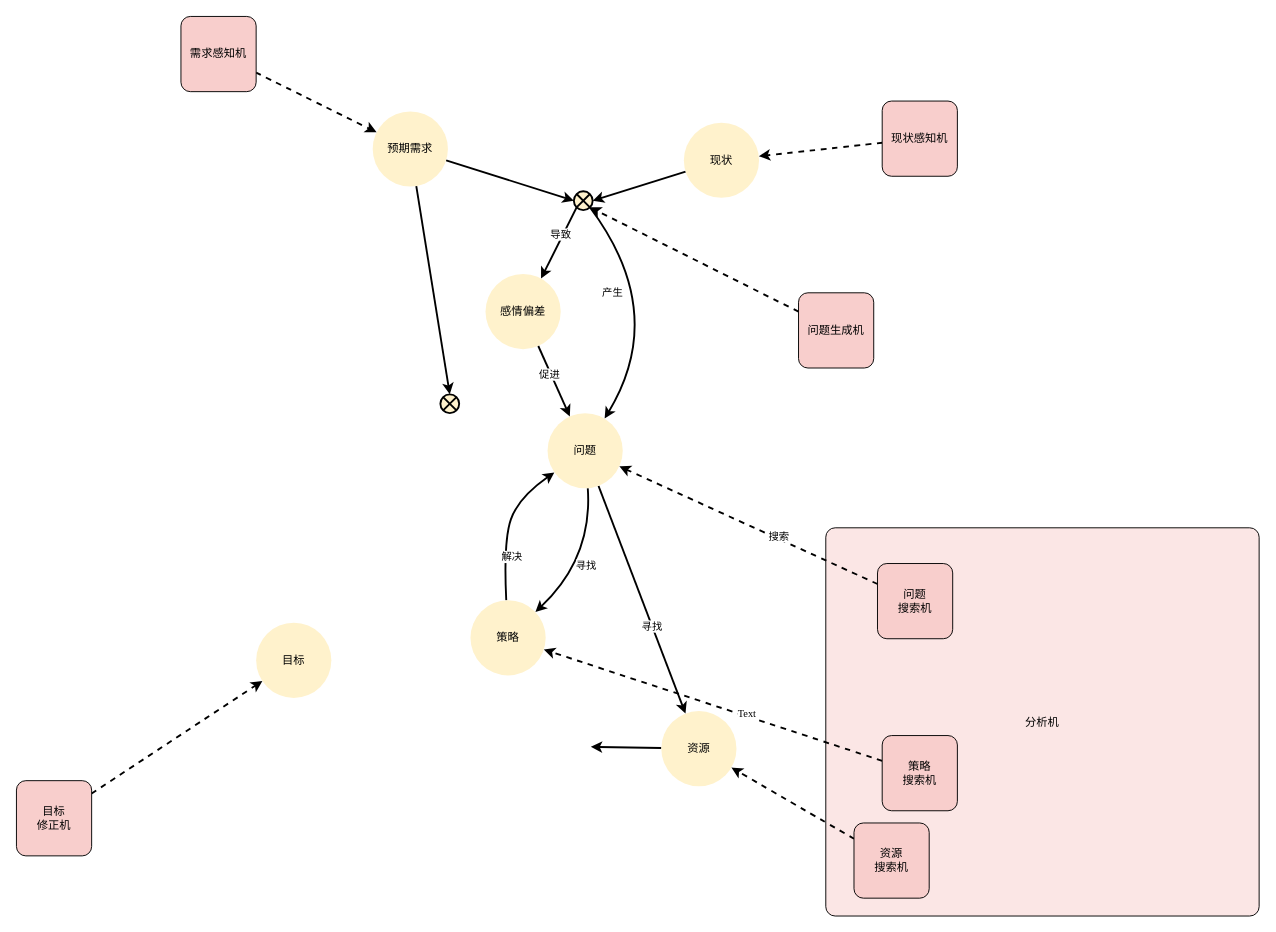
Above: page "分析问题流程" (7 of 8) of Analyse/总体分析框架.drawio in EntelechySystem/EntelechySystem_theory (draw.io), before the change. Source tidied: cells renumbered, new cells numbered last; positions are measured from the earlier drawing's top-left corner, leaving out a move shared by most shapes. Both pictures are drawn from the tidied source at 94%, with x=0, y=0 at pixel (16, 16).
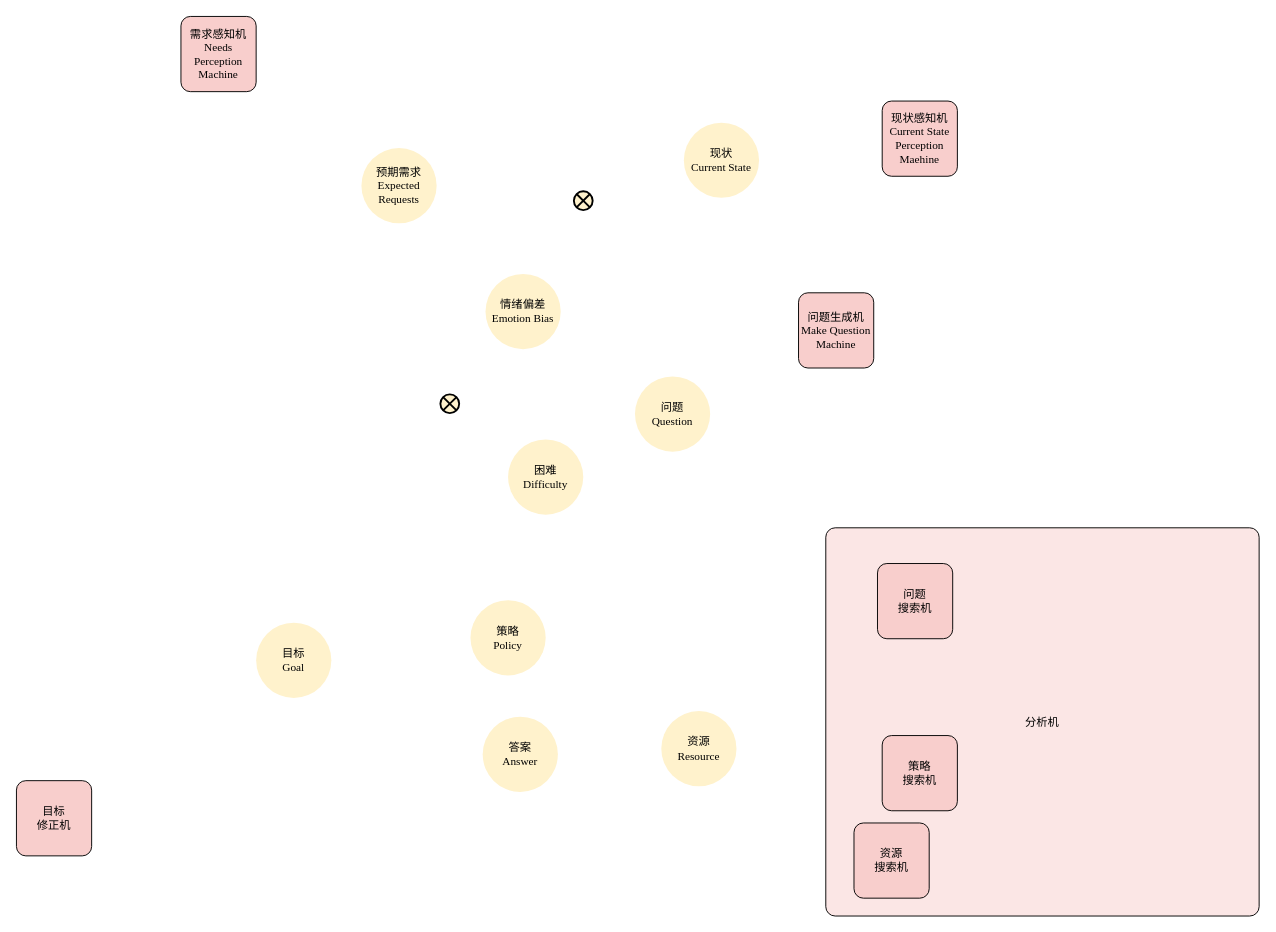
The same diagram, later.

The change refers to these unchanged cells:
```xml
<mxCell id="6" style="shape=sumEllipse;perimeter=ellipsePerimeter;whiteSpace=wrap;html=1;backgroundOutline=1;labelBackgroundColor=none;labelBorderColor=none;fontFamily=Times New Roman;snapToPoint=1;fillColor=#fff2cc;strokeColor=default;strokeWidth=2;" parent="1" vertex="1">
  <mxGeometry x="593" y="186" width="20" height="20" as="geometry" />
</mxCell>
<mxCell id="34" value="问题&lt;br&gt;搜索机" style="rounded=1;whiteSpace=wrap;html=1;fontFamily=Times New Roman;fontSize=12;fontColor=default;align=center;strokeColor=default;fillColor=#f8cecc;absoluteArcSize=1;" parent="1" vertex="1">
  <mxGeometry x="916" y="582" width="80" height="80" as="geometry" />
</mxCell>
<mxCell id="35" style="shape=sumEllipse;perimeter=ellipsePerimeter;whiteSpace=wrap;html=1;backgroundOutline=1;labelBackgroundColor=none;labelBorderColor=none;fontFamily=Times New Roman;snapToPoint=1;fillColor=#fff2cc;strokeColor=default;strokeWidth=2;" parent="1" vertex="1">
  <mxGeometry x="451" y="402" width="20" height="20" as="geometry" />
</mxCell>
<mxCell id="39" value="策略&lt;br&gt;搜索机" style="rounded=1;whiteSpace=wrap;html=1;fontFamily=Times New Roman;fontSize=12;fontColor=default;align=center;strokeColor=default;fillColor=#f8cecc;absoluteArcSize=1;" parent="1" vertex="1">
  <mxGeometry x="921" y="765" width="80" height="80" as="geometry" />
</mxCell>
<mxCell id="41" value="资源&lt;br&gt;搜索机" style="rounded=1;whiteSpace=wrap;html=1;fontFamily=Times New Roman;fontSize=12;fontColor=default;align=center;strokeColor=default;fillColor=#f8cecc;absoluteArcSize=1;" parent="1" vertex="1">
  <mxGeometry x="891" y="858" width="80" height="80" as="geometry" />
</mxCell>
<mxCell id="43" value="目标&lt;br&gt;修正机" style="rounded=1;whiteSpace=wrap;html=1;fontFamily=Times New Roman;fontSize=12;fontColor=default;align=center;strokeColor=default;fillColor=#f8cecc;absoluteArcSize=1;" parent="1" vertex="1">
  <mxGeometry y="813" width="80" height="80" as="geometry" />
</mxCell>
```

The edit, as a diff of the source:
```diff
@@
-    <mxCell id="2" style="edgeStyle=none;rounded=0;jettySize=auto;html=1;fontFamily=Times New Roman;endArrow=classic;endFill=1;strokeWidth=2;" parent="1" edge="1" source="6" target="10">
-      <mxGeometry relative="1" as="geometry" />
-    </mxCell>
-    <mxCell id="3" value="导致" style="edgeLabel;html=1;align=center;verticalAlign=middle;fontFamily=Times New Roman;" parent="2" vertex="1">
-      <mxGeometry x="-0.23" y="-3" relative="1" as="geometry" />
-    </mxCell>
-    <mxCell id="4" style="edgeStyle=none;shape=connector;curved=1;rounded=1;jettySize=auto;html=1;labelBackgroundColor=default;fontFamily=Times New Roman;fontSize=11;fontColor=default;startArrow=none;endArrow=classic;strokeColor=default;strokeWidth=2;" parent="1" edge="1" source="6" target="22">
-      <mxGeometry relative="1" as="geometry">
-        <Array as="points">
-          <mxPoint x="694" y="315" />
-        </Array>
-      </mxGeometry>
-    </mxCell>
-    <mxCell id="5" value="产生" style="edgeLabel;html=1;align=center;verticalAlign=middle;fontSize=11;fontFamily=Times New Roman;fontColor=default;" parent="4" vertex="1">
-      <mxGeometry x="-0.36" y="-35" relative="1" as="geometry">
-        <mxPoint x="-1" as="offset" />
-      </mxGeometry>
-    </mxCell>
@@
-    <mxCell id="7" style="rounded=0;jettySize=auto;html=1;fontFamily=Times New Roman;strokeWidth=2;anchorPointDirection=0;" parent="1" edge="1" source="11" target="6">
-      <mxGeometry relative="1" as="geometry" />
-    </mxCell>
-    <mxCell id="8" style="jettySize=auto;html=1;fontFamily=Times New Roman;strokeWidth=2;startArrow=none;curved=1;enumerate=0;orthogonal=0;sourcePortConstraint=none;" parent="1" edge="1" source="22" target="14">
-      <mxGeometry relative="1" as="geometry">
-        <Array as="points">
-          <mxPoint x="613" y="576" />
-        </Array>
-      </mxGeometry>
-    </mxCell>
-    <mxCell id="9" value="寻找" style="edgeLabel;html=1;align=center;verticalAlign=middle;fontFamily=Times New Roman;" parent="8" vertex="1">
-      <mxGeometry x="0.07" relative="1" as="geometry" />
-    </mxCell>
-    <mxCell id="10" value="感情偏差" style="ellipse;whiteSpace=wrap;html=1;fontFamily=Times New Roman;fontSize=12;fontColor=default;align=center;strokeColor=none;fillColor=#fff2cc;" parent="1" vertex="1">
+    <mxCell id="10" value="情绪偏差&lt;br&gt;Emotion Bias" style="ellipse;whiteSpace=wrap;html=1;fontFamily=Times New Roman;fontSize=12;fontColor=default;align=center;strokeColor=none;fillColor=#fff2cc;" parent="1" vertex="1">
       <mxGeometry x="499" y="274" width="80" height="80" as="geometry" />
     </mxCell>
-    <mxCell id="11" value="预期需求" style="ellipse;whiteSpace=wrap;html=1;fontFamily=Times New Roman;fontSize=12;fontColor=default;align=center;strokeColor=none;fillColor=#fff2cc;" parent="1" vertex="1">
-      <mxGeometry x="379" y="101" width="80" height="80" as="geometry" />
+    <mxCell id="11" value="预期需求&lt;br&gt;Expected Requests" style="ellipse;whiteSpace=wrap;html=1;fontFamily=Times New Roman;fontSize=12;fontColor=default;align=center;strokeColor=none;fillColor=#fff2cc;" parent="1" vertex="1">
+      <mxGeometry x="367" y="140" width="80" height="80" as="geometry" />
     </mxCell>
-    <mxCell id="12" style="edgeStyle=none;jettySize=auto;html=1;fontFamily=Times New Roman;endArrow=classic;endFill=1;strokeWidth=2;curved=1;" parent="1" edge="1" source="14" target="22">
-      <mxGeometry relative="1" as="geometry">
-        <Array as="points">
-          <mxPoint x="518" y="558" />
-          <mxPoint x="534" y="512" />
-        </Array>
-      </mxGeometry>
-    </mxCell>
-    <mxCell id="13" value="解决" style="edgeLabel;html=1;align=center;verticalAlign=middle;fontFamily=Times New Roman;" parent="12" vertex="1">
-      <mxGeometry x="-0.41" y="-8" relative="1" as="geometry">
-        <mxPoint y="1" as="offset" />
-      </mxGeometry>
-    </mxCell>
-    <mxCell id="14" value="策略" style="ellipse;whiteSpace=wrap;html=1;fontFamily=Times New Roman;fontSize=12;fontColor=default;align=center;strokeColor=none;fillColor=#fff2cc;" parent="1" vertex="1">
+    <mxCell id="14" value="策略&lt;br&gt;Policy" style="ellipse;whiteSpace=wrap;html=1;fontFamily=Times New Roman;fontSize=12;fontColor=default;align=center;strokeColor=none;fillColor=#fff2cc;" parent="1" vertex="1">
       <mxGeometry x="483" y="621" width="80" height="80" as="geometry" />
     </mxCell>
-    <mxCell id="15" value="目标" style="ellipse;whiteSpace=wrap;html=1;fontFamily=Times New Roman;fontSize=12;fontColor=default;align=center;strokeColor=none;fillColor=#fff2cc;" parent="1" vertex="1">
+    <mxCell id="15" value="目标&lt;br&gt;Goal" style="ellipse;whiteSpace=wrap;html=1;fontFamily=Times New Roman;fontSize=12;fontColor=default;align=center;strokeColor=none;fillColor=#fff2cc;" parent="1" vertex="1">
       <mxGeometry x="255" y="645" width="80" height="80" as="geometry" />
     </mxCell>
-    <mxCell id="16" style="edgeStyle=none;rounded=0;jettySize=auto;html=1;fontFamily=Times New Roman;strokeWidth=2;" parent="1" edge="1" source="17" target="6">
-      <mxGeometry relative="1" as="geometry" />
-    </mxCell>
-    <mxCell id="17" value="现状" style="ellipse;whiteSpace=wrap;html=1;fontFamily=Times New Roman;fontSize=12;fontColor=default;align=center;strokeColor=none;fillColor=#fff2cc;" parent="1" vertex="1">
+    <mxCell id="17" value="现状&lt;br&gt;Current State" style="ellipse;whiteSpace=wrap;html=1;fontFamily=Times New Roman;fontSize=12;fontColor=default;align=center;strokeColor=none;fillColor=#fff2cc;" parent="1" vertex="1">
       <mxGeometry x="710" y="113" width="80" height="80" as="geometry" />
     </mxCell>
-    <mxCell id="18" style="edgeStyle=none;shape=connector;curved=1;rounded=1;jettySize=auto;html=1;labelBackgroundColor=default;fontFamily=Times New Roman;fontSize=11;fontColor=default;startArrow=none;endArrow=classic;strokeColor=default;strokeWidth=2;" parent="1" edge="1" source="19">
-      <mxGeometry relative="1" as="geometry">
-        <mxPoint x="611" y="777" as="targetPoint" />
-      </mxGeometry>
-    </mxCell>
-    <mxCell id="19" value="资源" style="ellipse;whiteSpace=wrap;html=1;labelBackgroundColor=none;labelBorderColor=none;fontFamily=Times New Roman;fillColor=#fff2cc;strokeColor=none;" parent="1" vertex="1">
+    <mxCell id="19" value="资源&lt;br&gt;Resource" style="ellipse;whiteSpace=wrap;html=1;labelBackgroundColor=none;labelBorderColor=none;fontFamily=Times New Roman;fillColor=#fff2cc;strokeColor=none;" parent="1" vertex="1">
       <mxGeometry x="686" y="739" width="80" height="80" as="geometry" />
     </mxCell>
-    <mxCell id="20" style="edgeStyle=none;shape=connector;curved=1;rounded=1;jettySize=auto;html=1;labelBackgroundColor=default;fontFamily=Times New Roman;fontSize=11;fontColor=default;startArrow=none;endArrow=classic;strokeColor=default;strokeWidth=2;" parent="1" edge="1" source="22" target="19">
-      <mxGeometry relative="1" as="geometry" />
-    </mxCell>
-    <mxCell id="21" value="寻找" style="edgeLabel;html=1;align=center;verticalAlign=middle;fontSize=11;fontFamily=Times New Roman;fontColor=default;" parent="20" vertex="1">
-      <mxGeometry x="0.23" y="-1" relative="1" as="geometry" />
-    </mxCell>
-    <mxCell id="22" value="问题" style="ellipse;whiteSpace=wrap;html=1;fontFamily=Times New Roman;fontSize=12;fontColor=default;align=center;strokeColor=none;fillColor=#fff2cc;" parent="1" vertex="1">
-      <mxGeometry x="565" y="422" width="80" height="80" as="geometry" />
+    <mxCell id="22" value="困难&lt;br&gt;Difficulty" style="ellipse;whiteSpace=wrap;html=1;fontFamily=Times New Roman;fontSize=12;fontColor=default;align=center;strokeColor=none;fillColor=#fff2cc;" parent="1" vertex="1">
+      <mxGeometry x="523" y="450" width="80" height="80" as="geometry" />
     </mxCell>
-    <mxCell id="23" style="rounded=0;jettySize=auto;html=1;fontFamily=Times New Roman;strokeWidth=2;endArrow=classic;endFill=1;" parent="1" edge="1" source="10" target="22">
-      <mxGeometry relative="1" as="geometry" />
-    </mxCell>
-    <mxCell id="24" value="促进" style="edgeLabel;html=1;align=center;verticalAlign=middle;fontFamily=Times New Roman;" parent="23" vertex="1">
-      <mxGeometry x="-0.19" y="-2" relative="1" as="geometry">
-        <mxPoint y="-1" as="offset" />
-      </mxGeometry>
-    </mxCell>
-    <mxCell id="25" style="edgeStyle=none;shape=connector;curved=1;rounded=1;jettySize=auto;html=1;dashed=1;labelBackgroundColor=default;fontFamily=Times New Roman;fontSize=11;fontColor=default;startArrow=none;endArrow=classic;strokeColor=default;strokeWidth=2;" parent="1" edge="1" source="26" target="11">
-      <mxGeometry relative="1" as="geometry" />
-    </mxCell>
-    <mxCell id="26" value="需求感知机" style="rounded=1;whiteSpace=wrap;html=1;fontFamily=Times New Roman;fontSize=12;fontColor=default;align=center;strokeColor=default;fillColor=#f8cecc;absoluteArcSize=1;" parent="1" vertex="1">
+    <mxCell id="26" value="需求感知机&lt;br&gt;Needs Perception Machine" style="rounded=1;whiteSpace=wrap;html=1;fontFamily=Times New Roman;fontSize=12;fontColor=default;align=center;strokeColor=default;fillColor=#f8cecc;absoluteArcSize=1;" parent="1" vertex="1">
       <mxGeometry x="175" width="80" height="80" as="geometry" />
     </mxCell>
-    <mxCell id="27" style="edgeStyle=none;shape=connector;curved=1;rounded=1;jettySize=auto;html=1;dashed=1;labelBackgroundColor=default;fontFamily=Times New Roman;fontSize=11;fontColor=default;startArrow=none;endArrow=classic;strokeColor=default;strokeWidth=2;" parent="1" edge="1" source="28" target="17">
-      <mxGeometry relative="1" as="geometry" />
-    </mxCell>
-    <mxCell id="28" value="现状感知机" style="rounded=1;whiteSpace=wrap;html=1;fontFamily=Times New Roman;fontSize=12;fontColor=default;align=center;strokeColor=default;fillColor=#f8cecc;absoluteArcSize=1;" parent="1" vertex="1">
+    <mxCell id="28" value="现状感知机&lt;br&gt;Current State Perception Maehine" style="rounded=1;whiteSpace=wrap;html=1;fontFamily=Times New Roman;fontSize=12;fontColor=default;align=center;strokeColor=default;fillColor=#f8cecc;absoluteArcSize=1;" parent="1" vertex="1">
       <mxGeometry x="921" y="90" width="80" height="80" as="geometry" />
     </mxCell>
-    <mxCell id="29" style="edgeStyle=none;shape=connector;curved=1;rounded=1;jettySize=auto;html=1;labelBackgroundColor=default;fontFamily=Times New Roman;fontSize=11;fontColor=default;startArrow=none;endArrow=classic;strokeColor=default;strokeWidth=2;dashed=1;" parent="1" edge="1" source="30" target="6">
-      <mxGeometry relative="1" as="geometry" />
-    </mxCell>
-    <mxCell id="30" value="问题生成机" style="rounded=1;whiteSpace=wrap;html=1;fontFamily=Times New Roman;fontSize=12;fontColor=default;align=center;strokeColor=default;fillColor=#f8cecc;absoluteArcSize=1;" parent="1" vertex="1">
+    <mxCell id="30" value="问题生成机&lt;br&gt;Make Question Machine" style="rounded=1;whiteSpace=wrap;html=1;fontFamily=Times New Roman;fontSize=12;fontColor=default;align=center;strokeColor=default;fillColor=#f8cecc;absoluteArcSize=1;" parent="1" vertex="1">
       <mxGeometry x="832" y="294" width="80" height="80" as="geometry" />
     </mxCell>
@@
-    <mxCell id="32" style="edgeStyle=none;shape=connector;curved=1;rounded=1;jettySize=auto;html=1;labelBackgroundColor=default;fontFamily=Times New Roman;fontSize=11;fontColor=default;startArrow=none;endArrow=classic;strokeColor=default;strokeWidth=2;dashed=1;" parent="1" edge="1" source="34" target="22">
-      <mxGeometry relative="1" as="geometry" />
-    </mxCell>
-    <mxCell id="33" value="搜索" style="edgeLabel;html=1;align=center;verticalAlign=middle;fontSize=11;fontFamily=Times New Roman;fontColor=default;" parent="32" vertex="1">
-      <mxGeometry x="-0.22" y="-4" relative="1" as="geometry">
-        <mxPoint y="1" as="offset" />
-      </mxGeometry>
-    </mxCell>
@@
-    <mxCell id="36" style="rounded=0;jettySize=auto;html=1;fontFamily=Times New Roman;strokeWidth=2;anchorPointDirection=0;" parent="1" edge="1" source="11" target="35">
-      <mxGeometry relative="1" as="geometry" />
-    </mxCell>
-    <mxCell id="37" style="edgeStyle=none;shape=connector;curved=1;rounded=1;jettySize=auto;html=1;dashed=1;labelBackgroundColor=default;fontFamily=Times New Roman;fontSize=11;fontColor=default;startArrow=none;endArrow=classic;strokeColor=default;strokeWidth=2;" parent="1" edge="1" source="39" target="14">
-      <mxGeometry relative="1" as="geometry" />
-    </mxCell>
-    <mxCell id="38" value="Text" style="edgeLabel;html=1;align=center;verticalAlign=middle;fontSize=11;fontFamily=Times New Roman;fontColor=default;" parent="37" vertex="1">
-      <mxGeometry x="-0.19" y="-3" relative="1" as="geometry" />
-    </mxCell>
@@
-    <mxCell id="40" style="edgeStyle=none;shape=connector;curved=1;rounded=1;jettySize=auto;html=1;dashed=1;labelBackgroundColor=default;fontFamily=Times New Roman;fontSize=11;fontColor=default;startArrow=none;endArrow=classic;strokeColor=default;strokeWidth=2;" parent="1" edge="1" source="41" target="19">
-      <mxGeometry relative="1" as="geometry" />
-    </mxCell>
@@
-    <mxCell id="42" style="edgeStyle=none;shape=connector;curved=1;rounded=1;jettySize=auto;html=1;dashed=1;labelBackgroundColor=default;fontFamily=Times New Roman;fontSize=11;fontColor=default;startArrow=none;endArrow=classic;strokeColor=default;strokeWidth=2;" parent="1" edge="1" source="43" target="15">
-      <mxGeometry relative="1" as="geometry" />
-    </mxCell>
@@
+    <mxCell id="44" value="问题&lt;br&gt;Question" style="ellipse;whiteSpace=wrap;html=1;fontFamily=Times New Roman;fontSize=12;fontColor=default;align=center;strokeColor=none;fillColor=#fff2cc;" parent="1" vertex="1">
+      <mxGeometry x="658" y="383" width="80" height="80" as="geometry" />
+    </mxCell>
+    <mxCell id="45" value="答案&lt;br&gt;Answer" style="ellipse;whiteSpace=wrap;html=1;fontFamily=Times New Roman;fontSize=12;fontColor=default;align=center;strokeColor=none;fillColor=#fff2cc;" parent="1" vertex="1">
+      <mxGeometry x="496" y="745" width="80" height="80" as="geometry" />
+    </mxCell>
```
